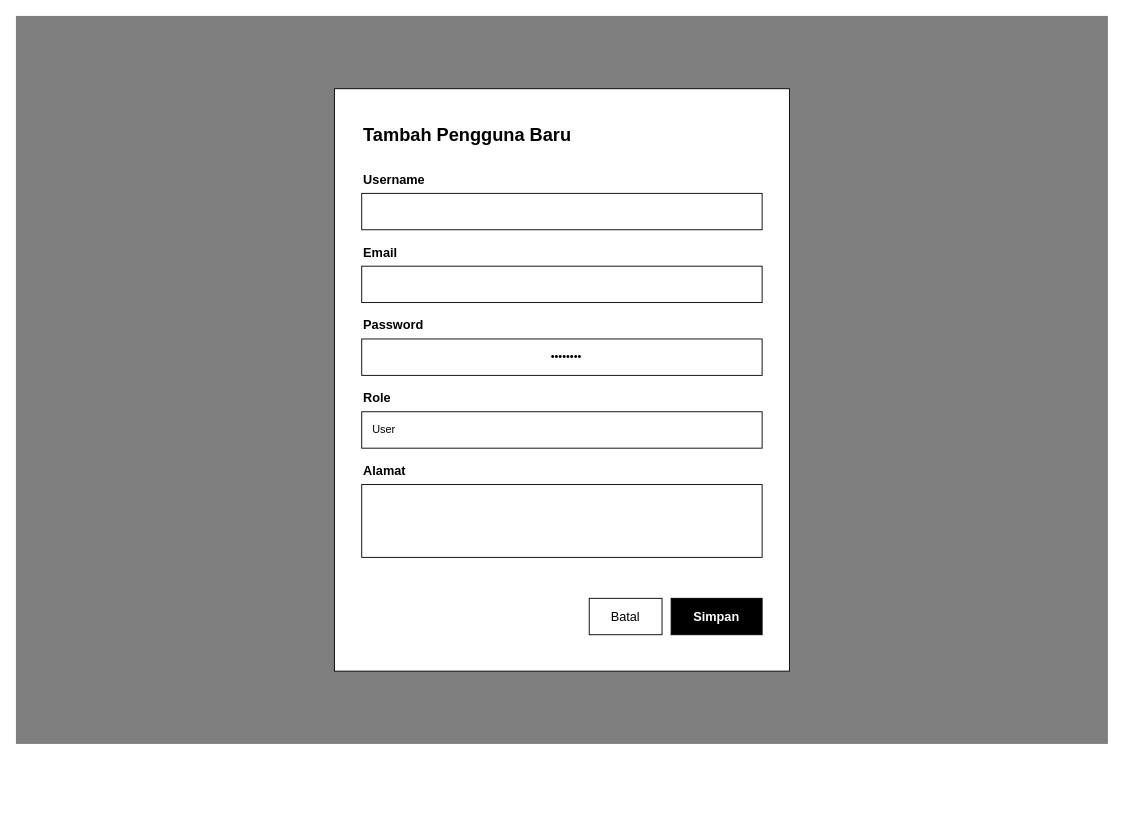
RajaSunrise/kangkungku keeps this draw.io diagram as diagram/desain/admin-tambah-user.drawio. Above is the earlier version. Source tidied: cells renumbered, new cells numbered last; positions are measured from the earlier drawing's top-left corner, leaving out a move shared by most shapes. Both pictures are drawn from the tidied source at 91%, with x=0, y=0 at pixel (15, 15).
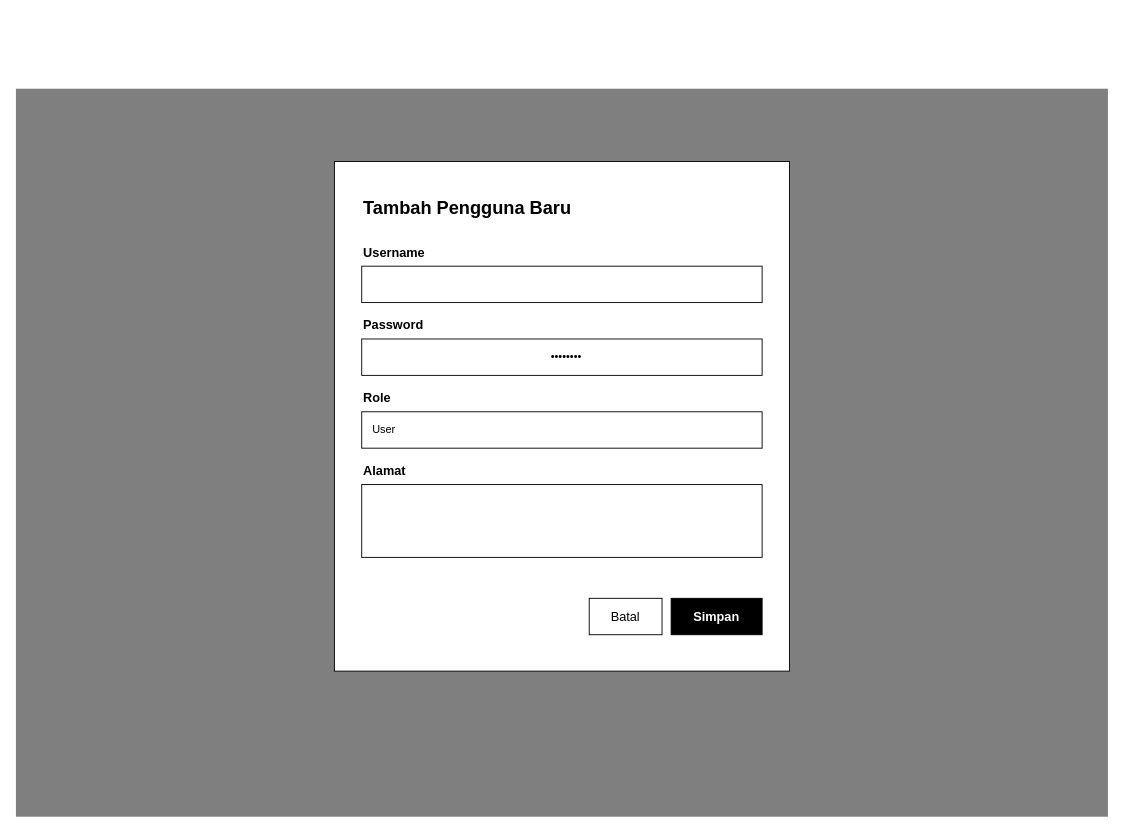
After the change.

Diff of the diagram source:
```diff
@@
 <mxGraphModel>
   <root>
     <mxCell id="0" />
     <mxCell id="1" parent="0" />
     <mxCell id="2" style="rounded=0;whiteSpace=wrap;html=1;fillColor=#000000;fillOpacity=50;strokeColor=none;" parent="1" vertex="1">
-      <mxGeometry width="1200" height="800" as="geometry" />
+      <mxGeometry y="80" width="1200" height="800" as="geometry" />
     </mxCell>
     <mxCell id="3" style="rounded=0;whiteSpace=wrap;html=1;fillColor=#FFFFFF;strokeColor=#000000;" parent="1" vertex="1">
-      <mxGeometry x="350" y="80" width="500" height="640" as="geometry" />
+      <mxGeometry x="350" y="160" width="500" height="560" as="geometry" />
     </mxCell>
     <mxCell id="4" value="Tambah Pengguna Baru" style="text;html=1;strokeColor=none;fillColor=none;align=left;verticalAlign=middle;whiteSpace=wrap;rounded=0;fontColor=#000000;fontSize=20;fontStyle=1;" parent="1" vertex="1">
-      <mxGeometry x="380" y="110" width="300" height="40" as="geometry" />
+      <mxGeometry x="380" y="190" width="300" height="40" as="geometry" />
     </mxCell>
     <mxCell id="5" value="Username" style="text;html=1;strokeColor=none;fillColor=none;align=left;verticalAlign=middle;whiteSpace=wrap;rounded=0;fontColor=#000000;fontSize=14;fontStyle=1;" parent="1" vertex="1">
-      <mxGeometry x="380" y="170" width="150" height="20" as="geometry" />
+      <mxGeometry x="380" y="250" width="150" height="20" as="geometry" />
     </mxCell>
     <mxCell id="6" style="rounded=0;whiteSpace=wrap;html=1;fillColor=#FFFFFF;strokeColor=#000000;" parent="1" vertex="1">
-      <mxGeometry x="380" y="195" width="440" height="40" as="geometry" />
+      <mxGeometry x="380" y="275" width="440" height="40" as="geometry" />
     </mxCell>
-    <mxCell id="7" value="Email" style="text;html=1;strokeColor=none;fillColor=none;align=left;verticalAlign=middle;whiteSpace=wrap;rounded=0;fontColor=#000000;fontSize=14;fontStyle=1;" parent="1" vertex="1">
-      <mxGeometry x="380" y="250" width="150" height="20" as="geometry" />
-    </mxCell>
-    <mxCell id="8" style="rounded=0;whiteSpace=wrap;html=1;fillColor=#FFFFFF;strokeColor=#000000;" parent="1" vertex="1">
-      <mxGeometry x="380" y="275" width="440" height="40" as="geometry" />
-    </mxCell>
     <mxCell id="9" value="Password" style="text;html=1;strokeColor=none;fillColor=none;align=left;verticalAlign=middle;whiteSpace=wrap;rounded=0;fontColor=#000000;fontSize=14;fontStyle=1;" parent="1" vertex="1">
       <mxGeometry x="380" y="330" width="150" height="20" as="geometry" />
     </mxCell>
     <mxCell id="10" value="••••••••" style="rounded=0;whiteSpace=wrap;html=1;fillColor=#FFFFFF;strokeColor=#000000;fontColor=#000000;spacingLeft=10;" parent="1" vertex="1">
       <mxGeometry x="380" y="355" width="440" height="40" as="geometry" />
     </mxCell>
     <mxCell id="11" value="Role" style="text;html=1;strokeColor=none;fillColor=none;align=left;verticalAlign=middle;whiteSpace=wrap;rounded=0;fontColor=#000000;fontSize=14;fontStyle=1;" parent="1" vertex="1">
       <mxGeometry x="380" y="410" width="150" height="20" as="geometry" />
     </mxCell>
     <mxCell id="12" value="User" style="rounded=0;whiteSpace=wrap;html=1;fillColor=#FFFFFF;strokeColor=#000000;align=left;spacingLeft=10;" parent="1" vertex="1">
       <mxGeometry x="380" y="435" width="440" height="40" as="geometry" />
     </mxCell>
     <mxCell id="13" value="Alamat" style="text;html=1;strokeColor=none;fillColor=none;align=left;verticalAlign=middle;whiteSpace=wrap;rounded=0;fontColor=#000000;fontSize=14;fontStyle=1;" parent="1" vertex="1">
       <mxGeometry x="380" y="490" width="150" height="20" as="geometry" />
     </mxCell>
     <mxCell id="14" style="rounded=0;whiteSpace=wrap;html=1;fillColor=#FFFFFF;strokeColor=#000000;" parent="1" vertex="1">
       <mxGeometry x="380" y="515" width="440" height="80" as="geometry" />
     </mxCell>
     <mxCell id="15" value="Batal" style="rounded=0;whiteSpace=wrap;html=1;fillColor=#FFFFFF;strokeColor=#000000;fontColor=#000000;fontSize=14;" parent="1" vertex="1">
       <mxGeometry x="630" y="640" width="80" height="40" as="geometry" />
     </mxCell>
     <mxCell id="16" value="Simpan" style="rounded=0;whiteSpace=wrap;html=1;fillColor=#000000;strokeColor=#000000;fontColor=#FFFFFF;fontStyle=1;fontSize=14;" parent="1" vertex="1">
       <mxGeometry x="720" y="640" width="100" height="40" as="geometry" />
     </mxCell>
   </root>
 </mxGraphModel>
```
